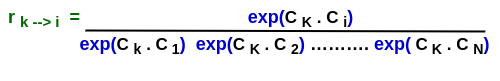
shirinyamani/transformer-network keeps this draw.io diagram as img/eq.png. Above is the earlier version. Source tidied: cells renumbered, new cells last; positions are measured from the earlier drawing's top-left corner, leaving out a move shared by most shapes.
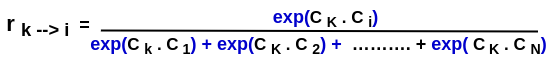
After the commit.

The edit, as a diff of the source:
```diff
@@ -2,14 +2,17 @@
   <root>
     <mxCell id="0" />
     <mxCell id="1" parent="0" />
-    <mxCell id="2" value="&lt;b&gt;&lt;font color=&quot;#006600&quot;&gt;r &lt;sub&gt;k --&amp;gt; i&lt;/sub&gt;&lt;/font&gt;&lt;/b&gt;&amp;nbsp;&lt;b&gt;&lt;font color=&quot;#006600&quot;&gt; =&amp;nbsp;&lt;/font&gt;&lt;/b&gt;&lt;span style=&quot;white-space: pre&quot;&gt;&#9;&lt;/span&gt;&lt;span style=&quot;white-space: pre&quot;&gt;&#9;&lt;/span&gt;&lt;span style=&quot;white-space: pre&quot;&gt;&#9;&lt;/span&gt;&lt;span style=&quot;white-space: pre&quot;&gt;&#9;&lt;/span&gt;&lt;span style=&quot;white-space: pre&quot;&gt;&#9;&lt;/span&gt;&lt;b style=&quot;color: rgb(0 , 0 , 0) ; font-size: 17px&quot;&gt;&lt;font style=&quot;font-size: 18px&quot;&gt;&lt;font color=&quot;#0000cc&quot;&gt;exp(&lt;/font&gt;&lt;/font&gt;&lt;/b&gt;&lt;b style=&quot;color: rgb(0 , 0 , 0) ; font-size: 16px&quot;&gt;&lt;font style=&quot;font-size: 17px&quot;&gt;C&amp;nbsp;&lt;sub&gt;K&lt;/sub&gt;&amp;nbsp;. C&amp;nbsp;&lt;sub&gt;i&lt;/sub&gt;&lt;/font&gt;&lt;/b&gt;&lt;b style=&quot;color: rgb(0 , 0 , 0) ; font-size: 17px&quot;&gt;&lt;font style=&quot;font-size: 18px&quot;&gt;&lt;font color=&quot;#0000cc&quot;&gt;)&lt;br&gt;&lt;/font&gt;&lt;/font&gt;&lt;/b&gt;&lt;br&gt;&amp;nbsp;" style="text;html=1;align=center;verticalAlign=middle;strokeColor=none;fillColor=none;fontSize=18;fontColor=#0000CC;" parent="1" vertex="1">
-      <mxGeometry width="360" height="80" as="geometry" />
+    <mxCell id="2" value="&lt;span style=&quot;white-space: pre&quot;&gt;&#9;&lt;/span&gt;&lt;span style=&quot;white-space: pre&quot;&gt;&#9;&lt;/span&gt;&lt;span style=&quot;white-space: pre&quot;&gt;&#9;&lt;/span&gt;&lt;span style=&quot;white-space: pre&quot;&gt;&#9;&lt;/span&gt;&lt;b style=&quot;color: rgb(0 , 0 , 0) ; font-size: 17px&quot;&gt;&lt;font style=&quot;font-size: 18px&quot;&gt;&lt;font color=&quot;#0000cc&quot;&gt;exp(&lt;/font&gt;&lt;/font&gt;&lt;/b&gt;&lt;b style=&quot;color: rgb(0 , 0 , 0) ; font-size: 16px&quot;&gt;&lt;font style=&quot;font-size: 17px&quot;&gt;C&amp;nbsp;&lt;sub&gt;K&lt;/sub&gt;&amp;nbsp;. C&amp;nbsp;&lt;sub&gt;i&lt;/sub&gt;&lt;/font&gt;&lt;/b&gt;&lt;b style=&quot;color: rgb(0 , 0 , 0) ; font-size: 17px&quot;&gt;&lt;font style=&quot;font-size: 18px&quot;&gt;&lt;font color=&quot;#0000cc&quot;&gt;)&lt;br&gt;&lt;/font&gt;&lt;/font&gt;&lt;/b&gt;&lt;br&gt;&amp;nbsp;" style="text;html=1;align=center;verticalAlign=middle;strokeColor=none;fillColor=none;fontSize=18;fontColor=#0000CC;" parent="1" vertex="1">
+      <mxGeometry x="71" width="280" height="80" as="geometry" />
     </mxCell>
-    <mxCell id="3" value="&lt;b&gt;&lt;font style=&quot;font-size: 18px&quot;&gt;&lt;font color=&quot;#0000cc&quot;&gt;exp(&lt;/font&gt;&lt;/font&gt;&lt;/b&gt;&lt;b style=&quot;font-size: 16px&quot;&gt;&lt;font style=&quot;font-size: 17px&quot;&gt;C&amp;nbsp;&lt;sub&gt;k&lt;/sub&gt;&amp;nbsp;. C&lt;sub&gt;&amp;nbsp;1&lt;/sub&gt;&lt;/font&gt;&lt;/b&gt;&lt;b&gt;&lt;font style=&quot;font-size: 18px&quot;&gt;&lt;font color=&quot;#0000cc&quot;&gt;)&lt;/font&gt;&amp;nbsp; &lt;font color=&quot;#0000cc&quot;&gt;exp(&lt;/font&gt;&lt;/font&gt;&lt;/b&gt;&lt;b style=&quot;font-size: 16px&quot;&gt;&lt;font style=&quot;font-size: 17px&quot;&gt;C&amp;nbsp;&lt;sub&gt;K&lt;/sub&gt;&amp;nbsp;. C&amp;nbsp;&lt;sub&gt;2&lt;/sub&gt;&lt;/font&gt;&lt;/b&gt;&lt;b&gt;&lt;font style=&quot;font-size: 18px&quot;&gt;&lt;font color=&quot;#0000cc&quot;&gt;)&lt;/font&gt; ………. &lt;font color=&quot;#0000cc&quot;&gt;exp(&lt;/font&gt;&lt;/font&gt;&lt;/b&gt;&lt;b style=&quot;font-size: 16px&quot;&gt;&lt;font style=&quot;font-size: 17px&quot;&gt;&amp;nbsp;C&lt;sub&gt;&amp;nbsp;K&lt;/sub&gt;&amp;nbsp;. C&amp;nbsp;&lt;sub&gt;N&lt;/sub&gt;&lt;/font&gt;&lt;/b&gt;&lt;b&gt;&lt;font style=&quot;font-size: 18px&quot;&gt;&lt;font color=&quot;#0000cc&quot;&gt;)&lt;/font&gt;&lt;/font&gt;&lt;/b&gt;" style="text;html=1;align=center;verticalAlign=middle;points=[];strokeColor=none;fillColor=none;fontSize=17;" parent="1" vertex="1">
-      <mxGeometry x="69" y="30" width="430" height="30" as="geometry" />
+    <mxCell id="3" value="&lt;b&gt;&lt;font style=&quot;font-size: 18px&quot;&gt;&lt;font color=&quot;#0000cc&quot;&gt;exp(&lt;/font&gt;&lt;/font&gt;&lt;/b&gt;&lt;b style=&quot;font-size: 16px&quot;&gt;&lt;font style=&quot;font-size: 17px&quot;&gt;C&amp;nbsp;&lt;sub&gt;k&lt;/sub&gt;&amp;nbsp;. C&lt;sub&gt;&amp;nbsp;1&lt;/sub&gt;&lt;/font&gt;&lt;/b&gt;&lt;b&gt;&lt;font style=&quot;font-size: 18px&quot;&gt;&lt;font color=&quot;#0000cc&quot;&gt;) +&lt;/font&gt;&amp;nbsp;&lt;font color=&quot;#0000cc&quot;&gt;exp(&lt;/font&gt;&lt;/font&gt;&lt;/b&gt;&lt;b style=&quot;font-size: 16px&quot;&gt;&lt;font style=&quot;font-size: 17px&quot;&gt;C&amp;nbsp;&lt;sub&gt;K&lt;/sub&gt;&amp;nbsp;. C&amp;nbsp;&lt;sub&gt;2&lt;/sub&gt;&lt;/font&gt;&lt;/b&gt;&lt;b&gt;&lt;font style=&quot;font-size: 18px&quot;&gt;&lt;font color=&quot;#0000cc&quot;&gt;) +&amp;nbsp;&lt;/font&gt; ………. +&amp;nbsp;&lt;font color=&quot;#0000cc&quot;&gt;exp(&lt;/font&gt;&lt;/font&gt;&lt;/b&gt;&lt;b style=&quot;font-size: 16px&quot;&gt;&lt;font style=&quot;font-size: 17px&quot;&gt;&amp;nbsp;C&lt;sub&gt;&amp;nbsp;K&lt;/sub&gt;&amp;nbsp;. C&amp;nbsp;&lt;sub&gt;N&lt;/sub&gt;&lt;/font&gt;&lt;/b&gt;&lt;b&gt;&lt;font style=&quot;font-size: 18px&quot;&gt;&lt;font color=&quot;#0000cc&quot;&gt;)&lt;/font&gt;&lt;/font&gt;&lt;/b&gt;" style="text;html=1;align=center;verticalAlign=middle;points=[];strokeColor=none;fillColor=none;fontSize=17;" parent="1" vertex="1">
+      <mxGeometry x="49" y="30" width="470" height="30" as="geometry" />
     </mxCell>
     <mxCell id="4" style="endArrow=none;html=1;rounded=0;fontSize=20;fontColor=#006600;strokeWidth=2;fillColor=#FF3333;exitX=0.037;exitY=0;exitDx=0;exitDy=0;exitPerimeter=0;entryX=0.967;entryY=0.033;entryDx=0;entryDy=0;entryPerimeter=0;" parent="1" edge="1" source="3" target="3">
       <mxGeometry relative="1" as="geometry" />
     </mxCell>
+    <mxCell id="5" value="&lt;b style=&quot;font-size: 22px&quot;&gt;&lt;font style=&quot;font-size: 22px&quot;&gt;r&amp;nbsp;&lt;sub&gt;k --&amp;gt; i&lt;/sub&gt;&lt;/font&gt;&lt;/b&gt;&lt;span style=&quot;font-size: 18px&quot;&gt;&amp;nbsp;&lt;/span&gt;&lt;b style=&quot;font-size: 18px&quot;&gt;&lt;font&gt;&amp;nbsp;=&amp;nbsp;&lt;/font&gt;&lt;/b&gt;&lt;span style=&quot;color: rgb(0 , 0 , 204) ; font-size: 18px&quot;&gt;&#9;&lt;/span&gt;" style="text;html=1;align=center;verticalAlign=middle;strokeColor=none;fillColor=none;" parent="1" vertex="1">
+      <mxGeometry x="-34" y="10" width="100" height="30" as="geometry" />
+    </mxCell>
   </root>
 </mxGraphModel>
```
